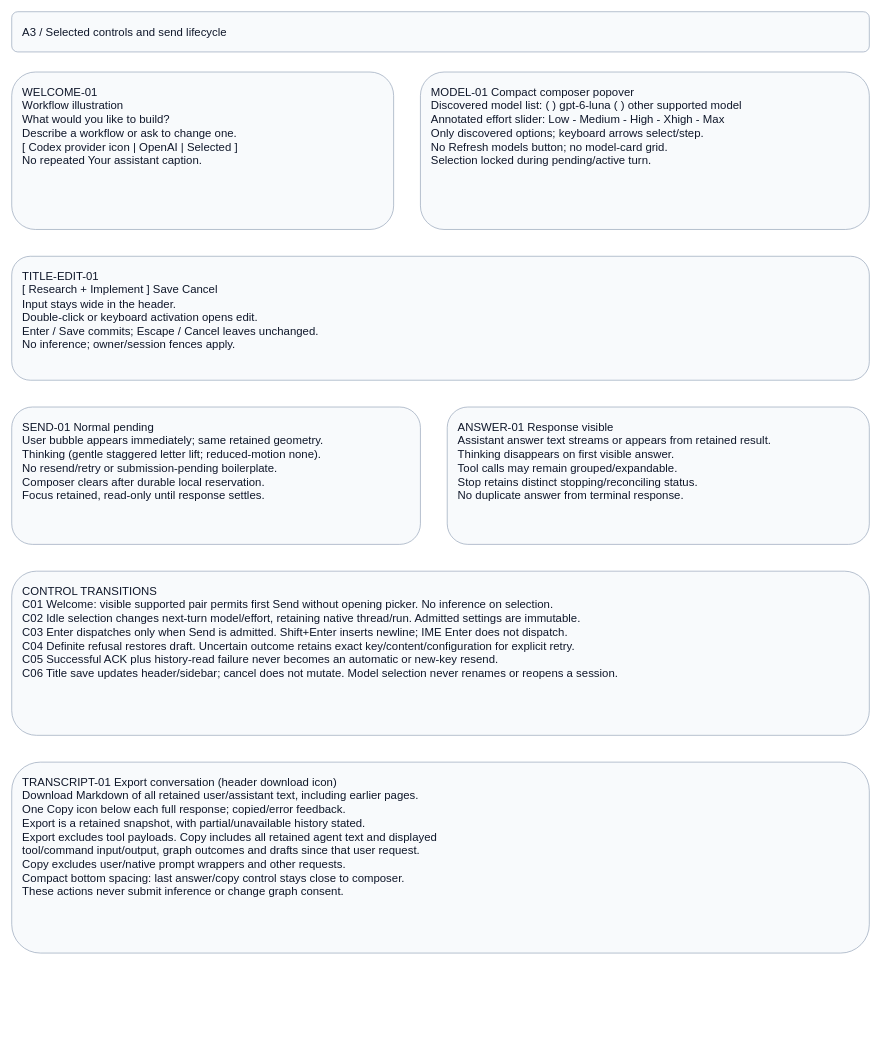
Earlier version of the draw.io diagram page "A3 - Composer and title controls" (3 of 4) of projects/laomedo/subsystems/agent-execution/design/application-assistant.drawio (amadou-6e/specs). Source tidied: cells renumbered, new cells numbered last; positions are measured from the earlier drawing's top-left corner, leaving out a move shared by most shapes. Both pictures are drawn from the tidied source at 67%, with x=0, y=0 at pixel (11, 11).
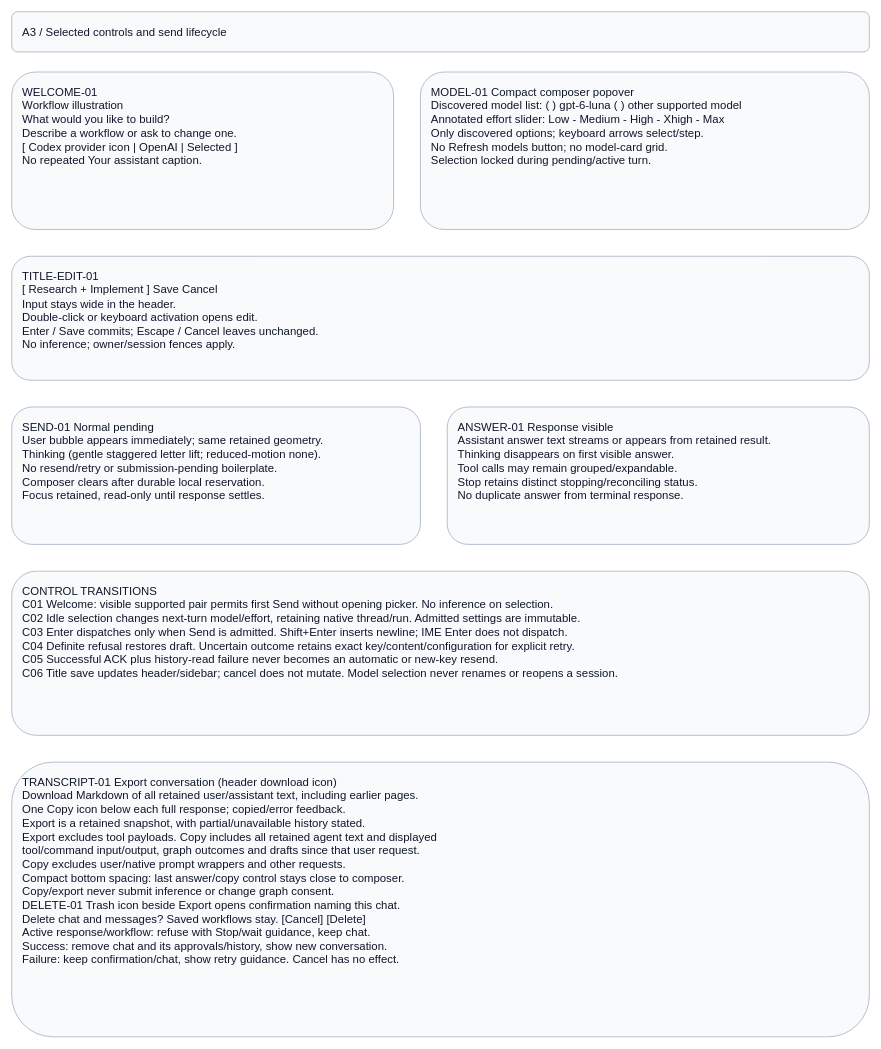
The same page after the edit.

Commit message (it also covers changes not shown here):
docs: specify confirmed conversation deletion

Change to the diagram source:
```diff
@@
 <mxGraphModel>
   <root>
     <mxCell id="0" />
     <mxCell id="1" parent="0" />
     <mxCell id="2" value="A3 / Selected controls and send lifecycle" style="rounded=1;whiteSpace=wrap;html=0;fillColor=#f8fafc;strokeColor=#94a3b8;fontColor=#0f172a;fontFamily=Arial;fontSize=17;align=left;verticalAlign=top;spacing=16;" parent="1" vertex="1">
       <mxGeometry width="1280" height="60" as="geometry" />
     </mxCell>
     <mxCell id="3" value="WELCOME-01&#10;Workflow illustration&#10;What would you like to build?&#10;Describe a workflow or ask to change one.&#10;[ Codex provider icon | OpenAI | Selected ]&#10;No repeated Your assistant caption." style="rounded=1;whiteSpace=wrap;html=0;fillColor=#f8fafc;strokeColor=#94a3b8;fontColor=#0f172a;fontFamily=Arial;fontSize=17;align=left;verticalAlign=top;spacing=16;" parent="1" vertex="1">
       <mxGeometry y="90" width="570" height="235" as="geometry" />
     </mxCell>
     <mxCell id="4" value="MODEL-01  Compact composer popover&#10;Discovered model list: ( ) gpt-6-luna  ( ) other supported model&#10;Annotated effort slider: Low - Medium - High - Xhigh - Max&#10;Only discovered options; keyboard arrows select/step.&#10;No Refresh models button; no model-card grid.&#10;Selection locked during pending/active turn." style="rounded=1;whiteSpace=wrap;html=0;fillColor=#f8fafc;strokeColor=#94a3b8;fontColor=#0f172a;fontFamily=Arial;fontSize=17;align=left;verticalAlign=top;spacing=16;" parent="1" vertex="1">
       <mxGeometry x="610" y="90" width="670" height="235" as="geometry" />
     </mxCell>
     <mxCell id="5" value="TITLE-EDIT-01&#10;[ Research + Implement                               ] Save  Cancel&#10;Input stays wide in the header.&#10;Double-click or keyboard activation opens edit.&#10;Enter / Save commits; Escape / Cancel leaves unchanged.&#10;No inference; owner/session fences apply." style="rounded=1;whiteSpace=wrap;html=0;fillColor=#f8fafc;strokeColor=#94a3b8;fontColor=#0f172a;fontFamily=Arial;fontSize=17;align=left;verticalAlign=top;spacing=16;" parent="1" vertex="1">
       <mxGeometry y="365" width="1280" height="185" as="geometry" />
     </mxCell>
     <mxCell id="6" value="SEND-01  Normal pending&#10;User bubble appears immediately; same retained geometry.&#10;Thinking (gentle staggered letter lift; reduced-motion none).&#10;No resend/retry or submission-pending boilerplate.&#10;Composer clears after durable local reservation.&#10;Focus retained, read-only until response settles." style="rounded=1;whiteSpace=wrap;html=0;fillColor=#f8fafc;strokeColor=#94a3b8;fontColor=#0f172a;fontFamily=Arial;fontSize=17;align=left;verticalAlign=top;spacing=16;" parent="1" vertex="1">
       <mxGeometry y="590" width="610" height="205" as="geometry" />
     </mxCell>
     <mxCell id="7" value="ANSWER-01  Response visible&#10;Assistant answer text streams or appears from retained result.&#10;Thinking disappears on first visible answer.&#10;Tool calls may remain grouped/expandable.&#10;Stop retains distinct stopping/reconciling status.&#10;No duplicate answer from terminal response." style="rounded=1;whiteSpace=wrap;html=0;fillColor=#f8fafc;strokeColor=#94a3b8;fontColor=#0f172a;fontFamily=Arial;fontSize=17;align=left;verticalAlign=top;spacing=16;" parent="1" vertex="1">
       <mxGeometry x="650" y="590" width="630" height="205" as="geometry" />
     </mxCell>
     <mxCell id="8" value="CONTROL TRANSITIONS&#10;C01 Welcome: visible supported pair permits first Send without opening picker. No inference on selection.&#10;C02 Idle selection changes next-turn model/effort, retaining native thread/run. Admitted settings are immutable.&#10;C03 Enter dispatches only when Send is admitted. Shift+Enter inserts newline; IME Enter does not dispatch.&#10;C04 Definite refusal restores draft. Uncertain outcome retains exact key/content/configuration for explicit retry.&#10;C05 Successful ACK plus history-read failure never becomes an automatic or new-key resend.&#10;C06 Title save updates header/sidebar; cancel does not mutate. Model selection never renames or reopens a session." style="rounded=1;whiteSpace=wrap;html=0;fillColor=#f8fafc;strokeColor=#94a3b8;fontColor=#0f172a;fontFamily=Arial;fontSize=17;align=left;verticalAlign=top;spacing=16;" parent="1" vertex="1">
       <mxGeometry y="835" width="1280" height="245" as="geometry" />
     </mxCell>
-    <mxCell id="9" value="TRANSCRIPT-01  Export conversation (header download icon)&#10;Download Markdown of all retained user/assistant text, including earlier pages.&#10;One Copy icon below each full response; copied/error feedback.&#10;Export is a retained snapshot, with partial/unavailable history stated.&#10;Export excludes tool payloads. Copy includes all retained agent text and displayed&#10;tool/command input/output, graph outcomes and drafts since that user request.&#10;Copy excludes user/native prompt wrappers and other requests.&#10;Compact bottom spacing: last answer/copy control stays close to composer.&#10;These actions never submit inference or change graph consent." style="rounded=1;whiteSpace=wrap;html=0;fillColor=#f8fafc;strokeColor=#94a3b8;fontColor=#0f172a;fontFamily=Arial;fontSize=17;align=left;verticalAlign=top;spacing=16;" parent="1" vertex="1">
-      <mxGeometry y="1120" width="1280" height="285" as="geometry" />
+    <mxCell id="9" value="TRANSCRIPT-01  Export conversation (header download icon)&#10;Download Markdown of all retained user/assistant text, including earlier pages.&#10;One Copy icon below each full response; copied/error feedback.&#10;Export is a retained snapshot, with partial/unavailable history stated.&#10;Export excludes tool payloads. Copy includes all retained agent text and displayed&#10;tool/command input/output, graph outcomes and drafts since that user request.&#10;Copy excludes user/native prompt wrappers and other requests.&#10;Compact bottom spacing: last answer/copy control stays close to composer.&#10;Copy/export never submit inference or change graph consent.&#10;DELETE-01  Trash icon beside Export opens confirmation naming this chat.&#10;Delete chat and messages? Saved workflows stay. [Cancel] [Delete]&#10;Active response/workflow: refuse with Stop/wait guidance, keep chat.&#10;Success: remove chat and its approvals/history, show new conversation.&#10;Failure: keep confirmation/chat, show retry guidance. Cancel has no effect." style="rounded=1;whiteSpace=wrap;html=0;fillColor=#f8fafc;strokeColor=#94a3b8;fontColor=#0f172a;fontFamily=Arial;fontSize=17;align=left;verticalAlign=top;spacing=16;" parent="1" vertex="1">
+      <mxGeometry y="1120" width="1280" height="410" as="geometry" />
     </mxCell>
   </root>
 </mxGraphModel>
```
